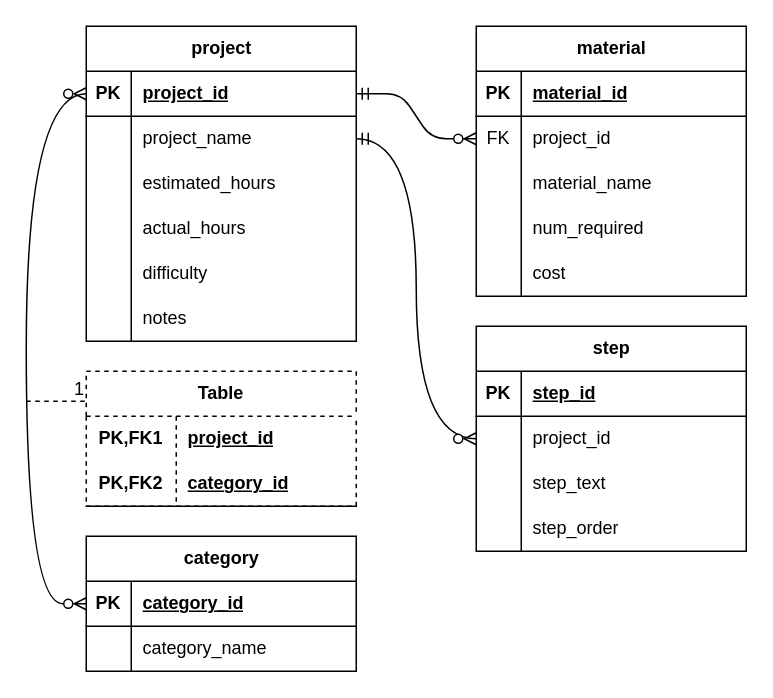
addisonhoule/mysql-javatoo keeps this draw.io diagram as ERD.drawio. Above is the earlier version. Source tidied: cells renumbered, new cells numbered last; positions are measured from the earlier drawing's top-left corner, leaving out a move shared by most shapes. Both pictures are drawn from the tidied source at 150%, with x=0, y=0 at pixel (26, 26).
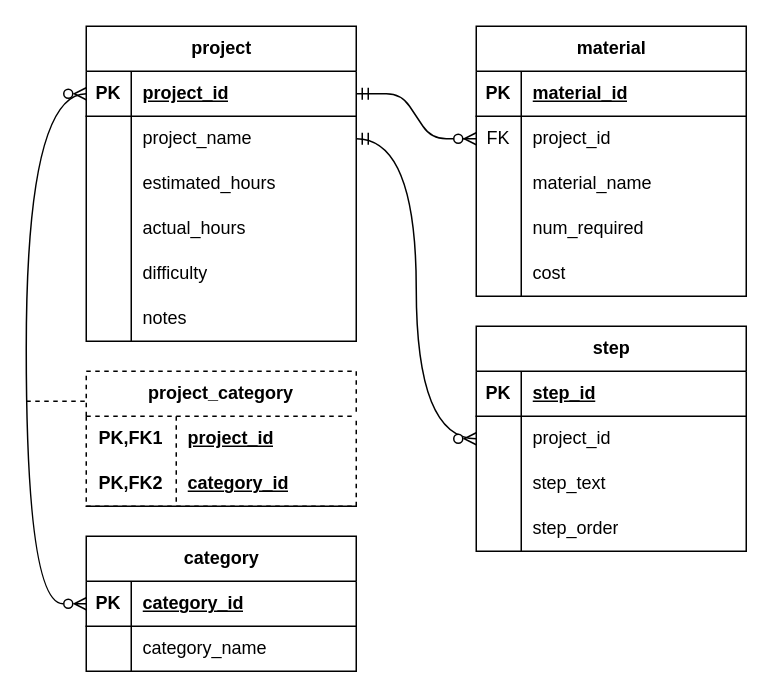
After the change.

Commit message (it also covers changes not shown here):
her job is tables.

The change refers to these unchanged cells:
```xml
<mxCell id="67" style="endArrow=none;html=1;rounded=0;dashed=1;" parent="1" edge="1">
  <mxGeometry relative="1" as="geometry">
    <mxPoint y="250" as="sourcePoint" />
    <mxPoint x="40" y="250" as="targetPoint" />
  </mxGeometry>
</mxCell>
```

What changed in the source:
```diff
@@
-    <mxCell id="58" value="Table" style="shape=table;startSize=30;childLayout=tableLayout;rowLines=0;fontStyle=1;align=center;html=1;whiteSpace=wrap;dashed=1;" parent="1" vertex="1">
+    <mxCell id="58" value="project_category" style="shape=table;startSize=30;childLayout=tableLayout;rowLines=0;fontStyle=1;align=center;html=1;whiteSpace=wrap;dashed=1;" parent="1" vertex="1">
       <mxGeometry x="40" y="230" width="180" height="90" as="geometry" />
     </mxCell>
@@
-    <mxCell id="68" value="1" style="html=1;whiteSpace=wrap;align=right;verticalAlign=bottom;" parent="67" vertex="1">
-      <mxGeometry x="1" relative="1" as="geometry" />
-    </mxCell>
```
